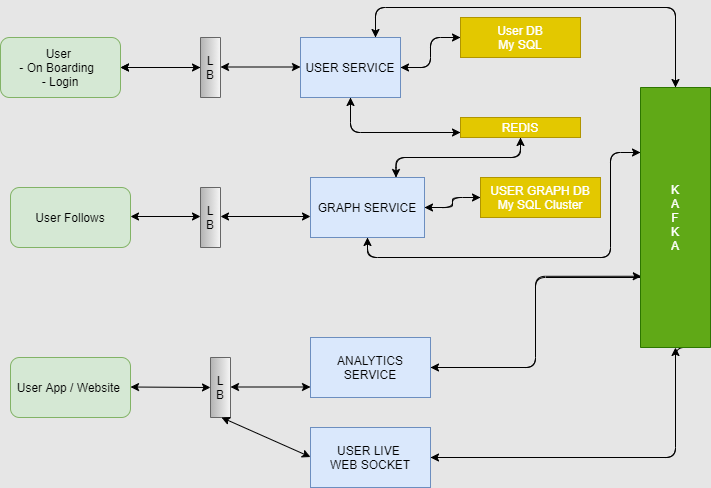
The draw.io diagram SystemDesign/twitter.png in vikass101786/Learning, before a commit. Source tidied: cells renumbered, new cells last; positions are measured from the earlier drawing's top-left corner, leaving out a move shared by most shapes.
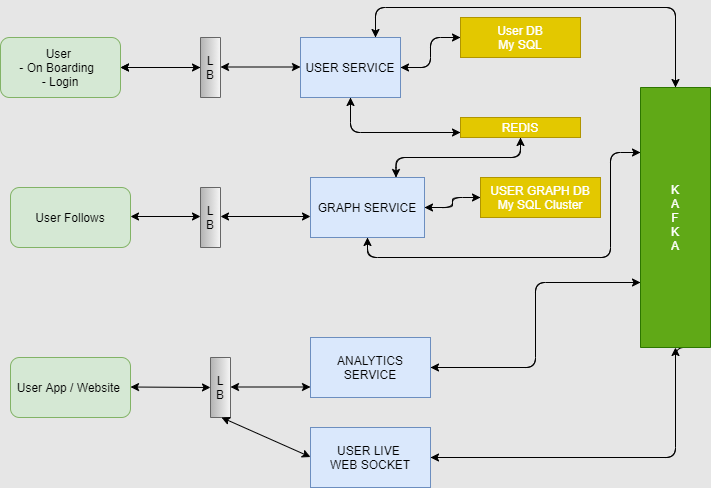
The same diagram one commit later.

The edit, as a diff of the source:
```diff
@@ -58,7 +58,7 @@
     <mxCell id="16" value="GRAPH SERVICE" style="rounded=0;whiteSpace=wrap;html=1;sketch=0;fillColor=#dae8fc;strokeColor=#6c8ebf;" parent="1" vertex="1">
       <mxGeometry x="310" y="170" width="114" height="60" as="geometry" />
     </mxCell>
-    <mxCell id="17" style="edgeStyle=orthogonalEdgeStyle;curved=0;rounded=1;sketch=0;jettySize=auto;html=1;exitX=1;exitY=0.5;exitDx=0;exitDy=0;entryX=0.726;entryY=0.989;entryDx=0;entryDy=0;entryPerimeter=0;" parent="1" edge="1" source="18" target="32">
+    <mxCell id="17" style="edgeStyle=orthogonalEdgeStyle;curved=0;rounded=1;sketch=0;jettySize=auto;html=1;exitX=1;exitY=0.5;exitDx=0;exitDy=0;entryX=0.75;entryY=1;entryDx=0;entryDy=0;" parent="1" edge="1" source="18" target="32">
       <mxGeometry relative="1" as="geometry" />
     </mxCell>
     <mxCell id="18" value="ANALYTICS SERVICE" style="rounded=0;whiteSpace=wrap;html=1;sketch=0;fillColor=#dae8fc;strokeColor=#6c8ebf;" parent="1" vertex="1">
@@ -101,11 +101,6 @@
         </Array>
       </mxGeometry>
     </mxCell>
-    <mxCell id="29" style="edgeStyle=orthogonalEdgeStyle;curved=0;rounded=1;sketch=0;jettySize=auto;html=1;entryX=1;entryY=0.5;entryDx=0;entryDy=0;" parent="1" edge="1" target="18">
-      <mxGeometry relative="1" as="geometry">
-        <mxPoint x="640" y="270" as="sourcePoint" />
-      </mxGeometry>
-    </mxCell>
     <mxCell id="30" style="edgeStyle=orthogonalEdgeStyle;curved=0;rounded=1;sketch=0;jettySize=auto;html=1;exitX=1;exitY=0.25;exitDx=0;exitDy=0;entryX=1;entryY=0.5;entryDx=0;entryDy=0;" parent="1" edge="1" source="32" target="22">
       <mxGeometry relative="1" as="geometry">
         <Array as="points">
@@ -123,6 +118,9 @@
         </Array>
       </mxGeometry>
     </mxCell>
+    <mxCell id="40" style="edgeStyle=orthogonalEdgeStyle;curved=0;rounded=1;sketch=0;jettySize=auto;html=1;exitX=0.75;exitY=1;exitDx=0;exitDy=0;entryX=1;entryY=0.5;entryDx=0;entryDy=0;" parent="1" edge="1" source="32" target="18">
+      <mxGeometry relative="1" as="geometry" />
+    </mxCell>
     <mxCell id="32" value="K&lt;br&gt;A&lt;br&gt;F&lt;br&gt;K&lt;br&gt;A" style="rounded=0;whiteSpace=wrap;html=1;direction=south;fillColor=#60a917;strokeColor=#2D7600;fontColor=#ffffff;" parent="1" vertex="1">
       <mxGeometry x="640" y="80" width="70" height="260" as="geometry" />
     </mxCell>
```
